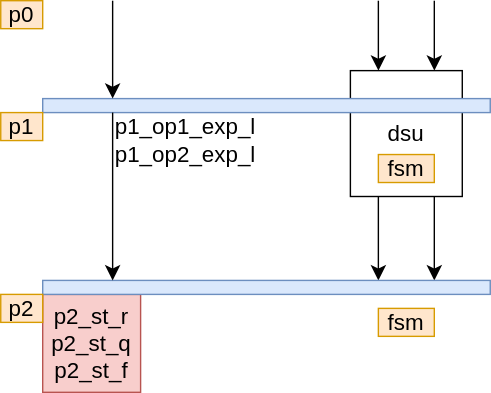
This is de/fpu/include_f16div/f16div_uarch_rough.svg from jnjnliwenjie0022/obs, a draw.io export, as it was before one commit. Source tidied: cells renumbered, new cells last; positions are measured from the earlier drawing's top-left corner, leaving out a move shared by most shapes.
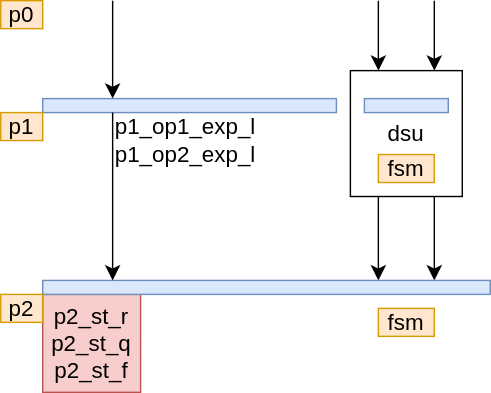
Later version of the same file.

The edit, as a diff of the source:
```diff
@@ -32,7 +32,7 @@
       <mxGeometry width="30" height="20" as="geometry" />
     </mxCell>
     <mxCell id="9" style="rounded=0;whiteSpace=wrap;html=1;fontSize=16;fillColor=#dae8fc;strokeColor=#6c8ebf;" parent="1" vertex="1">
-      <mxGeometry x="30" y="70" width="320" height="10" as="geometry" />
+      <mxGeometry x="30" y="70" width="210" height="10" as="geometry" />
     </mxCell>
     <mxCell id="10" value="p1" style="rounded=0;whiteSpace=wrap;html=1;fontSize=16;fillColor=#ffe6cc;strokeColor=#d79b00;" parent="1" vertex="1">
       <mxGeometry y="80" width="30" height="20" as="geometry" />
@@ -67,5 +67,8 @@
         <mxPoint x="80" y="70" as="targetPoint" />
       </mxGeometry>
     </mxCell>
+    <mxCell id="19" style="rounded=0;whiteSpace=wrap;html=1;fontSize=16;fillColor=#dae8fc;strokeColor=#6c8ebf;" parent="1" vertex="1">
+      <mxGeometry x="260" y="70" width="60" height="10" as="geometry" />
+    </mxCell>
   </root>
 </mxGraphModel>
```
